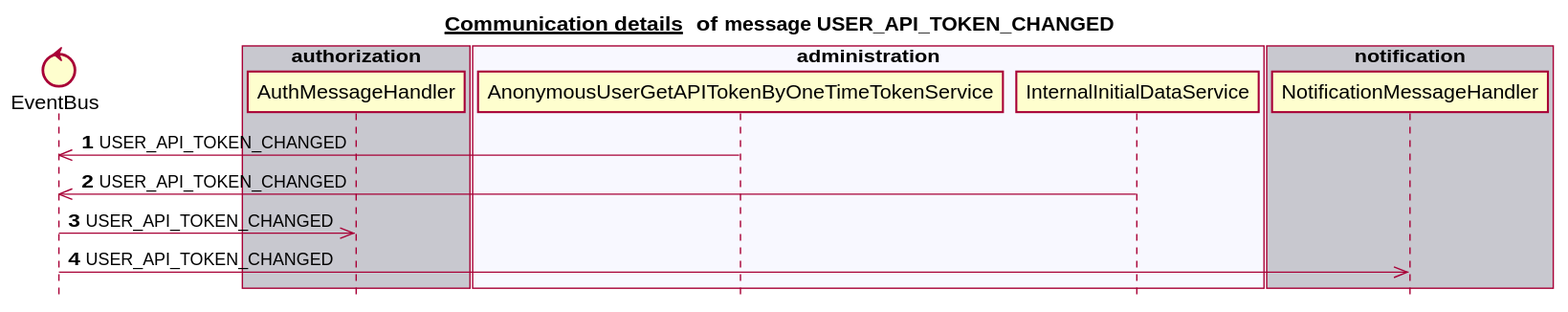
The PlantUML diagram docs/latest/images/gen_domain_messaging_user_api_token_changed.svg in mercedes-benz/sechub, before a commit.
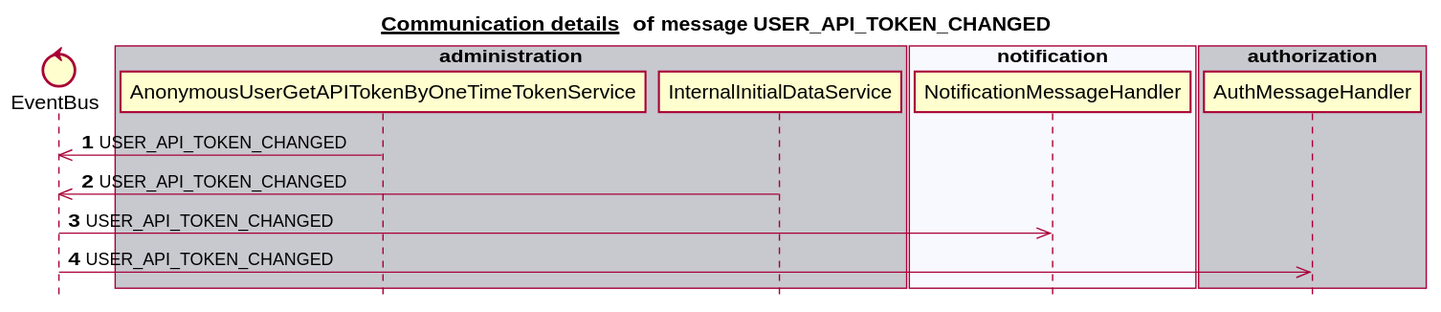
The same file after the commit.

The edit, as a diff of the source:
```diff
@@ -6,25 +6,25 @@
 
 
 control EventBus
-box "scan" #C8C8CF
+box "schedule" #C8C8CF
 end box
-box "schedule" #F8F8FF
+box "scan" #F8F8FF
+end box
+box "administration" #C8C8CF
+   participant AnonymousUserGetAPITokenByOneTimeTokenService
+   participant InternalInitialDataService
+end box
+box "notification" #F8F8FF
+   participant NotificationMessageHandler
 end box
 box "authorization" #C8C8CF
    participant AuthMessageHandler
 end box
-box "administration" #F8F8FF
-   participant AnonymousUserGetAPITokenByOneTimeTokenService
-   participant InternalInitialDataService
-end box
-box "notification" #C8C8CF
-   participant NotificationMessageHandler
-end box
 autonumber 1
 AnonymousUserGetAPITokenByOneTimeTokenService ->> EventBus:USER_API_TOKEN_CHANGED
 InternalInitialDataService ->> EventBus:USER_API_TOKEN_CHANGED
+EventBus ->> NotificationMessageHandler:USER_API_TOKEN_CHANGED
 EventBus ->> AuthMessageHandler:USER_API_TOKEN_CHANGED
-EventBus ->> NotificationMessageHandler:USER_API_TOKEN_CHANGED
 autonumber stop
 
 
```
